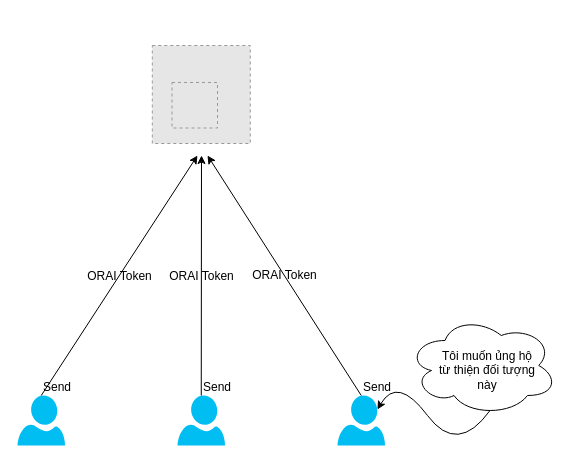
Earlier version of the draw.io diagram Untitled Diagram.drawio (hoangks5/Diagram_Hackathon_Orainchain). Source tidied: cells renumbered, new cells numbered last; positions are measured from the earlier drawing's top-left corner, leaving out a move shared by most shapes. Both pictures are drawn from the tidied source at 100%, with x=0, y=0 at pixel (17, 45). Pictures stored in the file or linked from it are replaced by grey dashed boxes.
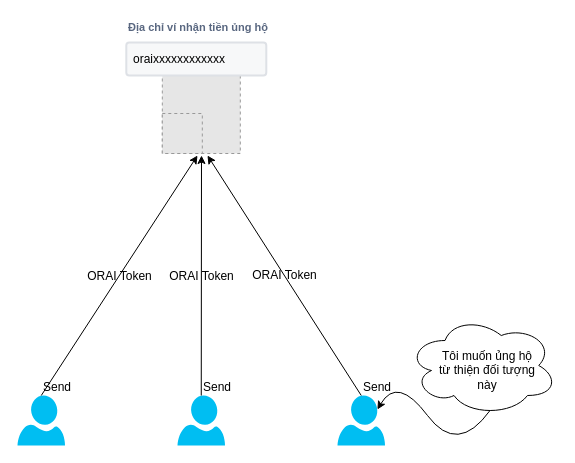
Above is the later version.

Diff of the diagram source:
```diff
@@
     <mxCell id="5" style="fillColor=#E6E6E6;strokeColor=#999999;dashed=1;html=1;verticalAlign=top;verticalLabelPosition=bottom;labelBackgroundColor=#ffffff;fontFamily=Helvetica;fontSize=12;fontColor=default;" parent="1" vertex="1">
-      <mxGeometry x="134.8" width="98" height="98" as="geometry" />
+      <mxGeometry x="144.8" y="30" width="78" height="78" as="geometry" />
     </mxCell>
     <mxCell id="6" style="fillColor=#E6E6E6;strokeColor=#999999;dashed=1;verticalLabelPosition=bottom;labelBackgroundColor=default;verticalAlign=top;" parent="1" vertex="1">
-      <mxGeometry x="154.5" y="37" width="45.5" height="45.5" as="geometry" />
+      <mxGeometry x="144.8" y="68" width="40" height="40" as="geometry" />
     </mxCell>
@@
+    <mxCell id="19" value="Địa chỉ ví nhận tiền ủng hộ" style="fillColor=none;strokeColor=none;html=1;fontSize=11;fontStyle=0;align=left;fontColor=#596780;fontStyle=1;fontSize=11;labelBackgroundColor=none;sketch=0;fontFamily=Helvetica;" parent="1" vertex="1">
+      <mxGeometry x="108.8" y="-28" width="150" height="20" as="geometry" />
+    </mxCell>
+    <mxCell id="20" value="oraixxxxxxxxxxxx" style="rounded=1;arcSize=9;fillColor=#F7F8F9;align=left;spacingLeft=5;strokeColor=#DEE1E6;html=1;strokeWidth=2;fontSize=12;labelBackgroundColor=none;sketch=0;fontFamily=Helvetica;fontColor=default;" parent="1" vertex="1">
+      <mxGeometry x="108.8" y="-3" width="140" height="33" as="geometry" />
+    </mxCell>
```
